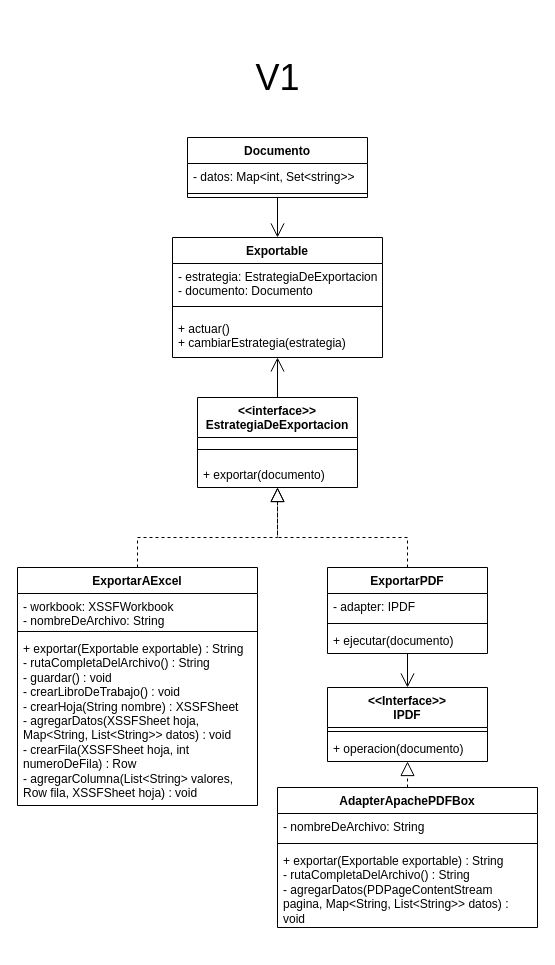
Before: CeruttiSampieri-TPv1/DiagramaV1.drawio in Juanchi0207/DDS24_PanzeraSampieri, a draw.io diagram. Source tidied: cells renumbered, new cells numbered last; positions are measured from the earlier drawing's top-left corner, leaving out a move shared by most shapes. Both pictures are drawn from the tidied source at 100%, with x=0, y=0 at pixel (17, 47).
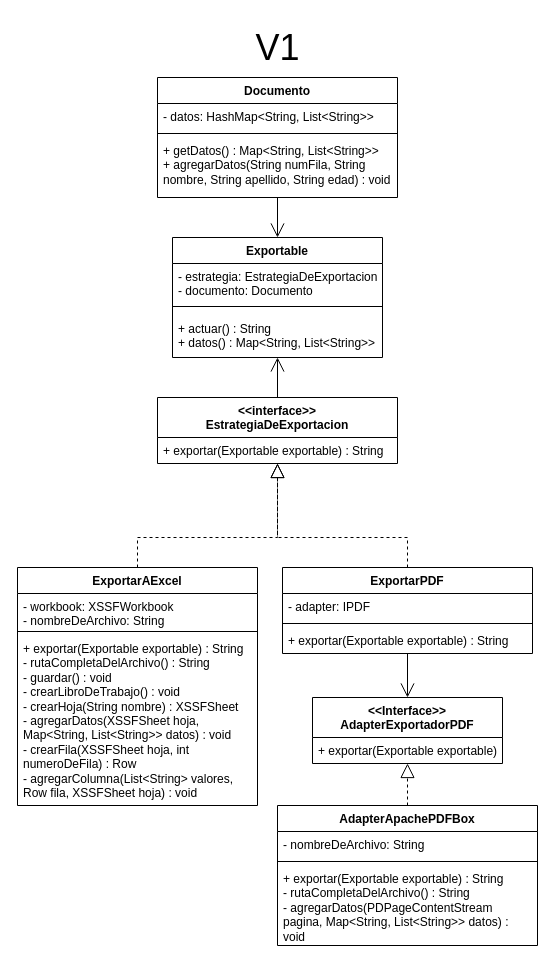
The same diagram, later.

Commit message (it also covers changes not shown here):
V1 terminada con diagrama. V2 terminada sin diagrama. Faltan las justificaciones de diseño en ambos

The change refers to these unchanged cells:
```xml
<mxCell id="5" value="Exportable" style="swimlane;fontStyle=1;align=center;verticalAlign=top;horizontal=1;startSize=26;whiteSpace=wrap;html=1;" parent="1" vertex="1">
  <mxGeometry x="155" y="190" width="210" height="120" as="geometry" />
</mxCell>
```

The edit, as a diff of the source:
```diff
@@
-    <mxCell id="2" value="Documento" style="swimlane;fontStyle=1;align=center;verticalAlign=top;horizontal=1;startSize=26;whiteSpace=wrap;html=1;" parent="1" vertex="1">
-      <mxGeometry x="170" y="90" width="180" height="60" as="geometry" />
-    </mxCell>
-    <mxCell id="3" value="- datos: Map&amp;lt;int, Set&amp;lt;string&amp;gt;&amp;gt;" style="text;strokeColor=none;fillColor=none;align=left;verticalAlign=top;spacingLeft=4;spacingRight=4;overflow=hidden;whiteSpace=wrap;html=1;" parent="2" vertex="1">
-      <mxGeometry y="26" width="180" height="26" as="geometry" />
-    </mxCell>
-    <mxCell id="4" style="line;strokeWidth=1;fillColor=none;align=left;verticalAlign=middle;spacingTop=-1;spacingLeft=3;spacingRight=3;labelPosition=right;strokeColor=inherit;" parent="2" vertex="1">
-      <mxGeometry y="52" width="180" height="8" as="geometry" />
-    </mxCell>
@@
-    <mxCell id="8" value="&lt;div&gt;+ actuar()&lt;/div&gt;&lt;div&gt;+ cambiarEstrategia(estrategia)&lt;br&gt;&lt;/div&gt;" style="text;strokeColor=none;fillColor=none;align=left;verticalAlign=top;spacingLeft=4;spacingRight=4;overflow=hidden;whiteSpace=wrap;html=1;" parent="5" vertex="1">
+    <mxCell id="8" value="&lt;div&gt;+ actuar() : String&lt;/div&gt;&lt;div&gt;+ datos() : Map&amp;lt;String, List&amp;lt;String&amp;gt;&amp;gt;&lt;br&gt;&lt;/div&gt;" style="text;strokeColor=none;fillColor=none;align=left;verticalAlign=top;spacingLeft=4;spacingRight=4;overflow=hidden;whiteSpace=wrap;html=1;" parent="5" vertex="1">
       <mxGeometry y="78" width="210" height="42" as="geometry" />
     </mxCell>
@@
-    <mxCell id="13" value="&amp;lt;&amp;lt;Interface&amp;gt;&amp;gt;&lt;br&gt;&lt;div&gt;IPDF&lt;/div&gt;" style="swimlane;fontStyle=1;align=center;verticalAlign=top;horizontal=1;startSize=40;whiteSpace=wrap;html=1;" parent="1" vertex="1">
-      <mxGeometry x="310" y="640" width="160" height="74" as="geometry" />
+    <mxCell id="13" value="&amp;lt;&amp;lt;Interface&amp;gt;&amp;gt;&lt;br&gt;&lt;div&gt;AdapterExportadorPDF&lt;/div&gt;" style="swimlane;fontStyle=1;align=center;verticalAlign=top;horizontal=1;startSize=40;whiteSpace=wrap;html=1;" parent="1" vertex="1">
+      <mxGeometry x="295" y="650" width="190" height="66" as="geometry" />
     </mxCell>
-    <mxCell id="14" style="line;strokeWidth=1;fillColor=none;align=left;verticalAlign=middle;spacingTop=-1;spacingLeft=3;spacingRight=3;labelPosition=right;strokeColor=inherit;" parent="13" vertex="1">
-      <mxGeometry y="40" width="160" height="8" as="geometry" />
-    </mxCell>
-    <mxCell id="15" value="+ operacion(documento)" style="text;strokeColor=none;fillColor=none;align=left;verticalAlign=top;spacingLeft=4;spacingRight=4;overflow=hidden;whiteSpace=wrap;html=1;" parent="13" vertex="1">
-      <mxGeometry y="48" width="160" height="26" as="geometry" />
+    <mxCell id="15" value="+ exportar(Exportable exportable)" style="text;strokeColor=none;fillColor=none;align=left;verticalAlign=top;spacingLeft=4;spacingRight=4;overflow=hidden;whiteSpace=wrap;html=1;" parent="13" vertex="1">
+      <mxGeometry y="40" width="190" height="26" as="geometry" />
     </mxCell>
     <mxCell id="16" value="AdapterApachePDFBox" style="swimlane;fontStyle=1;align=center;verticalAlign=top;horizontal=1;startSize=26;whiteSpace=wrap;html=1;" parent="1" vertex="1">
-      <mxGeometry x="260" y="740" width="260" height="140" as="geometry" />
+      <mxGeometry x="260" y="758" width="260" height="140" as="geometry" />
     </mxCell>
@@
     <mxCell id="20" value="ExportarPDF" style="swimlane;fontStyle=1;align=center;verticalAlign=top;horizontal=1;startSize=26;whiteSpace=wrap;html=1;" parent="1" vertex="1">
-      <mxGeometry x="310" y="520" width="160" height="86" as="geometry" />
+      <mxGeometry x="265" y="520" width="250" height="86" as="geometry" />
     </mxCell>
     <mxCell id="21" value="- adapter: IPDF" style="text;strokeColor=none;fillColor=none;align=left;verticalAlign=top;spacingLeft=4;spacingRight=4;overflow=hidden;whiteSpace=wrap;html=1;" parent="20" vertex="1">
-      <mxGeometry y="26" width="160" height="26" as="geometry" />
+      <mxGeometry y="26" width="250" height="26" as="geometry" />
     </mxCell>
     <mxCell id="22" style="line;strokeWidth=1;fillColor=none;align=left;verticalAlign=middle;spacingTop=-1;spacingLeft=3;spacingRight=3;labelPosition=right;strokeColor=inherit;" parent="20" vertex="1">
-      <mxGeometry y="52" width="160" height="8" as="geometry" />
+      <mxGeometry y="52" width="250" height="8" as="geometry" />
     </mxCell>
-    <mxCell id="23" value="+ ejecutar(documento)" style="text;strokeColor=none;fillColor=none;align=left;verticalAlign=top;spacingLeft=4;spacingRight=4;overflow=hidden;points=[[0,0.5],[1,0.5]];portConstraint=eastwest;whiteSpace=wrap;html=1;" parent="20" vertex="1">
-      <mxGeometry y="60" width="160" height="26" as="geometry" />
+    <mxCell id="23" value="+ exportar(Exportable exportable) : String" style="text;strokeColor=none;fillColor=none;align=left;verticalAlign=top;spacingLeft=4;spacingRight=4;overflow=hidden;points=[[0,0.5],[1,0.5]];portConstraint=eastwest;whiteSpace=wrap;html=1;" parent="20" vertex="1">
+      <mxGeometry y="60" width="250" height="26" as="geometry" />
     </mxCell>
-    <mxCell id="24" style="endArrow=open;endFill=1;endSize=12;html=1;rounded=0;" parent="1" edge="1" source="2" target="5">
-      <mxGeometry relative="1" as="geometry" />
-    </mxCell>
@@
     <mxCell id="26" value="&lt;div&gt;&amp;lt;&amp;lt;interface&amp;gt;&amp;gt;&lt;/div&gt;&lt;div&gt;EstrategiaDeExportacion&lt;br&gt;&lt;/div&gt;" style="swimlane;fontStyle=1;align=center;verticalAlign=top;horizontal=1;startSize=40;whiteSpace=wrap;html=1;" parent="1" vertex="1">
-      <mxGeometry x="180" y="350" width="160" height="90" as="geometry" />
+      <mxGeometry x="140" y="350" width="240" height="66" as="geometry" />
     </mxCell>
-    <mxCell id="27" style="line;strokeWidth=1;fillColor=none;align=left;verticalAlign=middle;spacingTop=-1;spacingLeft=3;spacingRight=3;labelPosition=right;strokeColor=inherit;" parent="26" vertex="1">
-      <mxGeometry y="40" width="160" height="24" as="geometry" />
-    </mxCell>
-    <mxCell id="28" value="+ exportar(documento)" style="text;strokeColor=none;fillColor=none;align=left;verticalAlign=top;spacingLeft=4;spacingRight=4;overflow=hidden;whiteSpace=wrap;html=1;" parent="26" vertex="1">
-      <mxGeometry y="64" width="160" height="26" as="geometry" />
+    <mxCell id="28" value="+ exportar(Exportable exportable) : String" style="text;strokeColor=none;fillColor=none;align=left;verticalAlign=top;spacingLeft=4;spacingRight=4;overflow=hidden;whiteSpace=wrap;html=1;" parent="26" vertex="1">
+      <mxGeometry y="40" width="240" height="26" as="geometry" />
     </mxCell>
@@
     <mxCell id="33" value="&lt;font style=&quot;font-size: 36px;&quot;&gt;V1&lt;/font&gt;" style="text;html=1;align=center;verticalAlign=middle;strokeColor=none;fillColor=none;" parent="1" vertex="1">
-      <mxGeometry x="225" width="70" height="60" as="geometry" />
+      <mxGeometry x="225" y="-30" width="70" height="60" as="geometry" />
     </mxCell>
+    <mxCell id="2" value="Documento" style="swimlane;fontStyle=1;align=center;verticalAlign=top;horizontal=1;startSize=26;whiteSpace=wrap;html=1;" parent="1" vertex="1">
+      <mxGeometry x="140" y="30" width="240" height="120" as="geometry" />
+    </mxCell>
+    <mxCell id="34" value="- datos: HashMap&amp;lt;String, List&amp;lt;String&amp;gt;&amp;gt;" style="text;strokeColor=none;fillColor=none;align=left;verticalAlign=top;spacingLeft=4;spacingRight=4;overflow=hidden;whiteSpace=wrap;html=1;" parent="2" vertex="1">
+      <mxGeometry y="26" width="240" height="26" as="geometry" />
+    </mxCell>
+    <mxCell id="35" style="line;strokeWidth=1;fillColor=none;align=left;verticalAlign=middle;spacingTop=-1;spacingLeft=3;spacingRight=3;labelPosition=right;strokeColor=inherit;" parent="2" vertex="1">
+      <mxGeometry y="52" width="240" height="8" as="geometry" />
+    </mxCell>
+    <mxCell id="36" value="+ getDatos() : Map&amp;lt;String, List&amp;lt;String&amp;gt;&amp;gt;&lt;div&gt;+ agregarDatos(String numFila, String nombre, String apellido, String edad) : void&lt;/div&gt;" style="text;strokeColor=none;fillColor=none;align=left;verticalAlign=top;spacingLeft=4;spacingRight=4;overflow=hidden;whiteSpace=wrap;html=1;" parent="2" vertex="1">
+      <mxGeometry y="60" width="240" height="60" as="geometry" />
+    </mxCell>
+    <mxCell id="24" style="endArrow=open;endFill=1;endSize=12;html=1;rounded=0;" parent="1" edge="1" source="2" target="5">
+      <mxGeometry relative="1" as="geometry" />
+    </mxCell>
```
